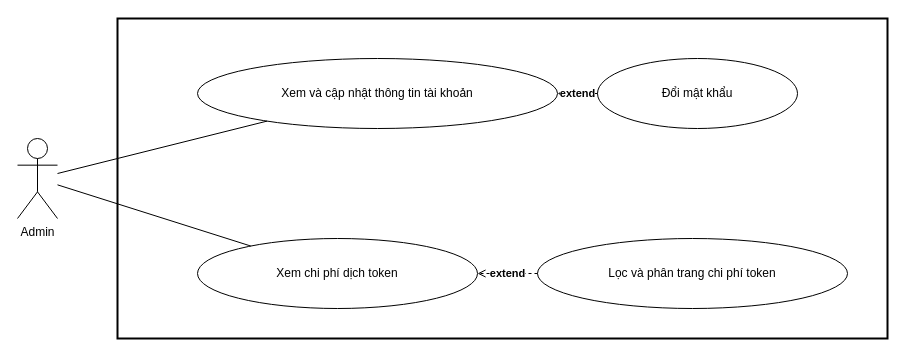
Before: page "Chi tiết - Tài khoản và chi phí" (8 of 9) of docs/diagram/usecase/admin/usecase_admin.drawio in sangnp-s-organiztion/food-market-narrator, a draw.io diagram. Source tidied: cells renumbered, new cells numbered last; positions are measured from the earlier drawing's top-left corner, leaving out a move shared by most shapes. Both pictures are drawn from the tidied source at 100%, with x=0, y=0 at pixel (17, 18).
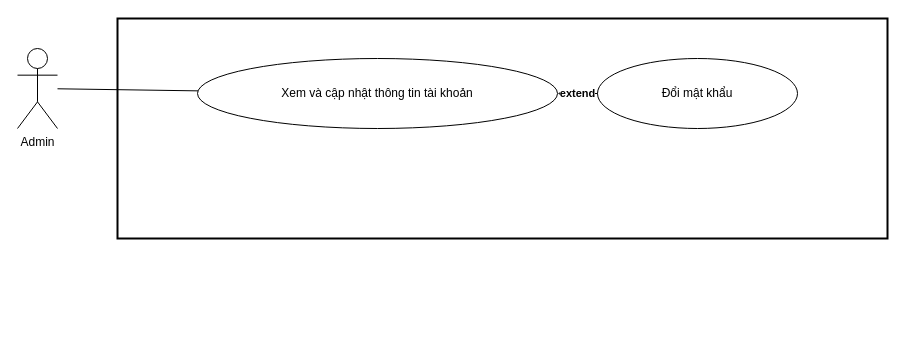
The same page after the edit.

What changed in the source:
```diff
@@
 <mxGraphModel>
   <root>
     <mxCell id="0" />
     <mxCell id="1" parent="0" />
     <mxCell id="2" value="Admin" style="shape=umlActor;verticalLabelPosition=bottom;verticalAlign=top;html=1;" parent="1" vertex="1">
-      <mxGeometry y="120" width="40" height="80" as="geometry" />
+      <mxGeometry y="30" width="40" height="80" as="geometry" />
     </mxCell>
     <mxCell id="3" style="rounded=0;whiteSpace=wrap;html=1;strokeWidth=2;fillColor=none;" parent="1" vertex="1">
-      <mxGeometry x="100" width="770" height="320" as="geometry" />
+      <mxGeometry x="100" width="770" height="220" as="geometry" />
     </mxCell>
     <mxCell id="4" value="Xem và cập nhật thông tin tài khoản" style="ellipse;whiteSpace=wrap;html=1;" parent="1" vertex="1">
       <mxGeometry x="180" y="40" width="360" height="70" as="geometry" />
     </mxCell>
     <mxCell id="5" value="Đổi mật khẩu" style="ellipse;whiteSpace=wrap;html=1;" parent="1" vertex="1">
       <mxGeometry x="580" y="40" width="200" height="70" as="geometry" />
     </mxCell>
-    <mxCell id="6" value="Xem chi phí dịch token" style="ellipse;whiteSpace=wrap;html=1;" parent="1" vertex="1">
-      <mxGeometry x="180" y="220" width="280" height="70" as="geometry" />
-    </mxCell>
-    <mxCell id="7" value="Lọc và phân trang chi phí token" style="ellipse;whiteSpace=wrap;html=1;" parent="1" vertex="1">
-      <mxGeometry x="520" y="220" width="310" height="70" as="geometry" />
-    </mxCell>
     <mxCell id="8" style="endArrow=none;html=1;" parent="1" edge="1" source="2" target="4">
       <mxGeometry relative="1" as="geometry" />
     </mxCell>
-    <mxCell id="9" style="endArrow=none;html=1;" parent="1" edge="1" source="2" target="6">
-      <mxGeometry relative="1" as="geometry" />
-    </mxCell>
     <mxCell id="10" value="extend" style="dashed=1;endArrow=open;html=1;fontStyle=1;" parent="1" edge="1" source="5" target="4">
       <mxGeometry relative="1" as="geometry" />
     </mxCell>
-    <mxCell id="11" value="extend" style="dashed=1;endArrow=open;html=1;fontStyle=1;" parent="1" edge="1" source="7" target="6">
-      <mxGeometry relative="1" as="geometry" />
-    </mxCell>
   </root>
 </mxGraphModel>
```
